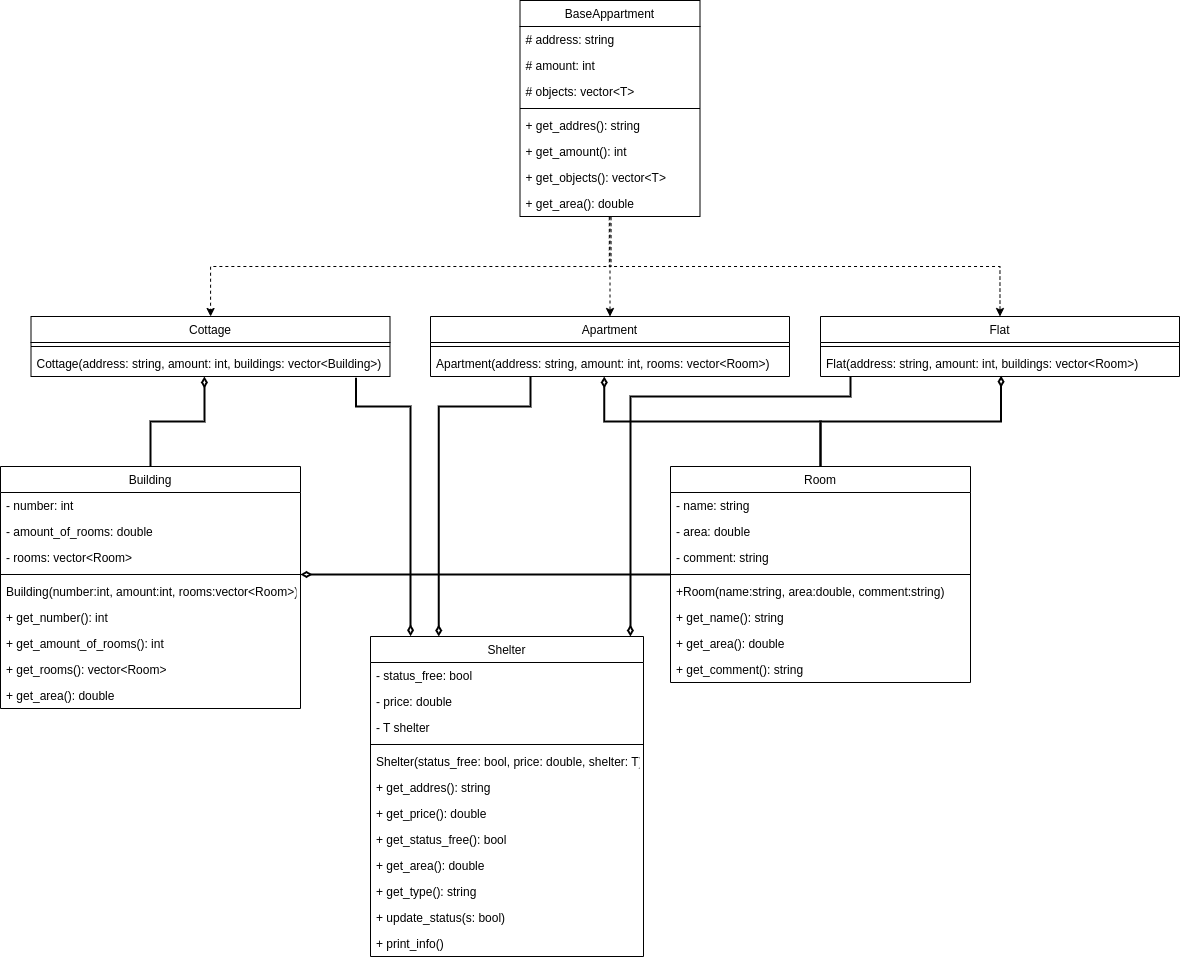
Above: lab_4/images/uml.png in vit6556/OOP_labs (draw.io), before the change. Source tidied: cells renumbered, new cells last; positions are measured from the earlier drawing's top-left corner, leaving out a move shared by most shapes.
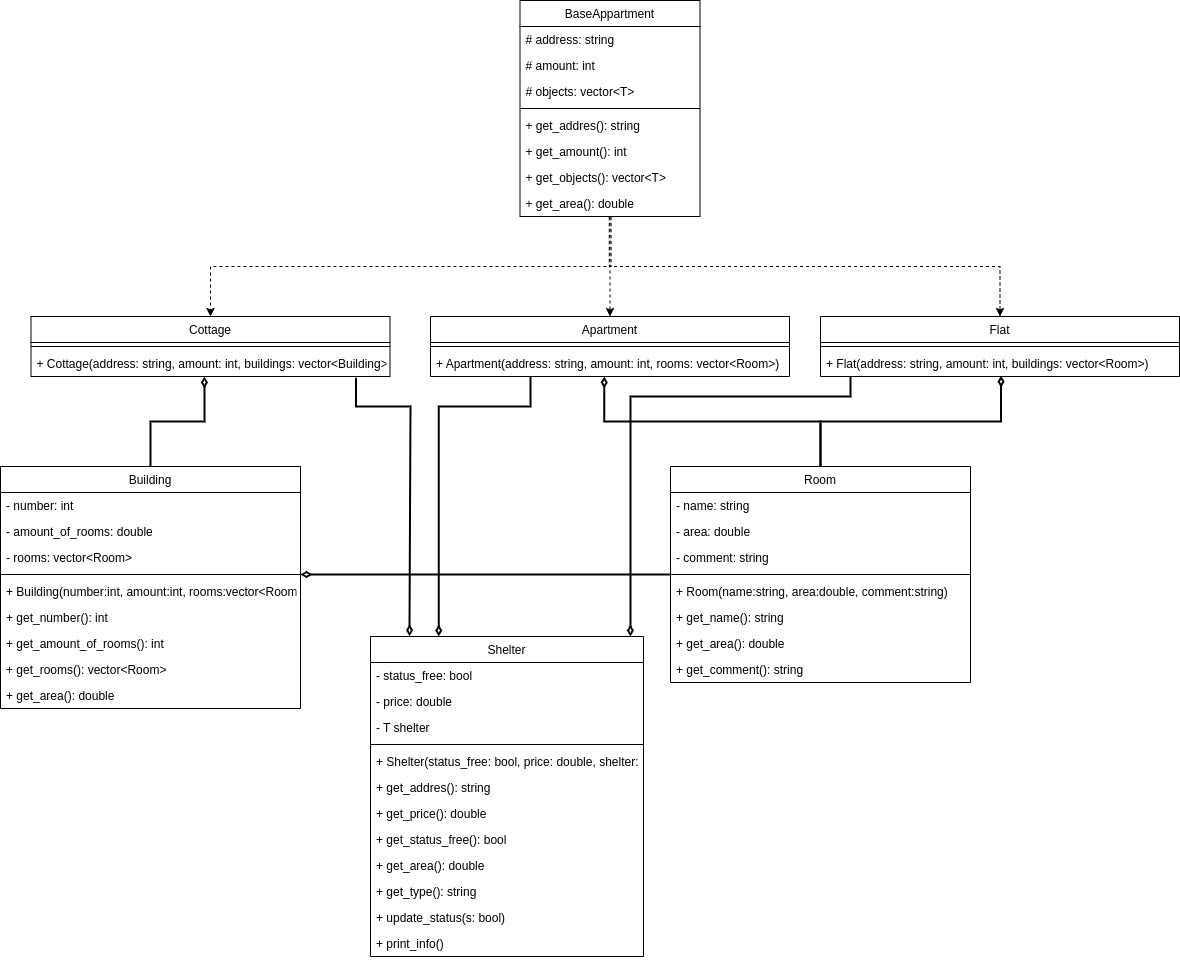
The same file after the commit.

The edit, as a diff of the source:
```diff
@@ -28,7 +28,7 @@
     <mxCell id="9" style="line;html=1;strokeWidth=1;align=left;verticalAlign=middle;spacingTop=-1;spacingLeft=3;spacingRight=3;labelPosition=right;" parent="5" vertex="1">
       <mxGeometry y="104" width="300" height="8" as="geometry" />
     </mxCell>
-    <mxCell id="10" value="+Room(name:string, area:double, comment:string)" style="text;align=left;verticalAlign=top;spacingLeft=4;spacingRight=4;overflow=hidden;" parent="5" vertex="1">
+    <mxCell id="10" value="+ Room(name:string, area:double, comment:string)" style="text;align=left;verticalAlign=top;spacingLeft=4;spacingRight=4;overflow=hidden;" parent="5" vertex="1">
       <mxGeometry y="112" width="300" height="26" as="geometry" />
     </mxCell>
     <mxCell id="11" value="+ get_name(): string" style="text;align=left;verticalAlign=top;spacingLeft=4;spacingRight=4;overflow=hidden;" parent="5" vertex="1">
@@ -58,7 +58,7 @@
     <mxCell id="19" style="line;html=1;strokeWidth=1;align=left;verticalAlign=middle;spacingTop=-1;spacingLeft=3;spacingRight=3;labelPosition=right;" parent="15" vertex="1">
       <mxGeometry y="104" width="300" height="8" as="geometry" />
     </mxCell>
-    <mxCell id="20" value="Building(number:int, amount:int, rooms:vector&lt;Room&gt;)" style="text;align=left;verticalAlign=top;spacingLeft=4;spacingRight=4;overflow=hidden;" parent="15" vertex="1">
+    <mxCell id="20" value="+ Building(number:int, amount:int, rooms:vector&lt;Room&gt;)" style="text;align=left;verticalAlign=top;spacingLeft=4;spacingRight=4;overflow=hidden;" parent="15" vertex="1">
       <mxGeometry y="112" width="300" height="26" as="geometry" />
     </mxCell>
     <mxCell id="21" value="+ get_number(): int" style="text;align=left;verticalAlign=top;spacingLeft=4;spacingRight=4;overflow=hidden;" parent="15" vertex="1">
@@ -124,7 +124,7 @@
     <mxCell id="39" style="line;html=1;strokeWidth=1;align=left;verticalAlign=middle;spacingTop=-1;spacingLeft=3;spacingRight=3;labelPosition=right;" parent="38" vertex="1">
       <mxGeometry y="26" width="359" height="8" as="geometry" />
     </mxCell>
-    <mxCell id="40" value="Cottage(address: string, amount: int, buildings: vector&lt;Building&gt;)" style="text;align=left;verticalAlign=top;spacingLeft=4;spacingRight=4;overflow=hidden;points=[[0,0.5],[1,0.5]];portConstraint=eastwest;" parent="38" vertex="1">
+    <mxCell id="40" value="+ Cottage(address: string, amount: int, buildings: vector&lt;Building&gt;)" style="text;align=left;verticalAlign=top;spacingLeft=4;spacingRight=4;overflow=hidden;points=[[0,0.5],[1,0.5]];portConstraint=eastwest;" parent="38" vertex="1">
       <mxGeometry y="34" width="359" height="26" as="geometry" />
     </mxCell>
     <mxCell id="41" style="edgeStyle=orthogonalEdgeStyle;rounded=0;jumpSize=6;jettySize=auto;html=1;entryX=0.25;entryY=0;entryDx=0;entryDy=0;shadow=0;strokeWidth=2;startArrow=none;startFill=0;endArrow=diamondThin;endFill=0;startSize=6;" parent="1" edge="1" source="42" target="49">
@@ -141,7 +141,7 @@
     <mxCell id="43" style="line;html=1;strokeWidth=1;align=left;verticalAlign=middle;spacingTop=-1;spacingLeft=3;spacingRight=3;labelPosition=right;" parent="42" vertex="1">
       <mxGeometry y="26" width="359" height="8" as="geometry" />
     </mxCell>
-    <mxCell id="44" value="Apartment(address: string, amount: int, rooms: vector&lt;Room&gt;)" style="text;align=left;verticalAlign=top;spacingLeft=4;spacingRight=4;overflow=hidden;points=[[0,0.5],[1,0.5]];portConstraint=eastwest;" parent="42" vertex="1">
+    <mxCell id="44" value="+ Apartment(address: string, amount: int, rooms: vector&lt;Room&gt;)" style="text;align=left;verticalAlign=top;spacingLeft=4;spacingRight=4;overflow=hidden;points=[[0,0.5],[1,0.5]];portConstraint=eastwest;" parent="42" vertex="1">
       <mxGeometry y="34" width="359" height="26" as="geometry" />
     </mxCell>
     <mxCell id="45" style="edgeStyle=orthogonalEdgeStyle;rounded=0;jumpSize=6;jettySize=auto;html=1;entryX=0.952;entryY=0;entryDx=0;entryDy=0;entryPerimeter=0;shadow=0;strokeWidth=2;startArrow=none;startFill=0;endArrow=diamondThin;endFill=0;startSize=6;" parent="1" edge="1" source="46" target="49">
@@ -158,7 +158,7 @@
     <mxCell id="47" style="line;html=1;strokeWidth=1;align=left;verticalAlign=middle;spacingTop=-1;spacingLeft=3;spacingRight=3;labelPosition=right;" parent="46" vertex="1">
       <mxGeometry y="26" width="359" height="8" as="geometry" />
     </mxCell>
-    <mxCell id="48" value="Flat(address: string, amount: int, buildings: vector&lt;Room&gt;)" style="text;align=left;verticalAlign=top;spacingLeft=4;spacingRight=4;overflow=hidden;points=[[0,0.5],[1,0.5]];portConstraint=eastwest;" parent="46" vertex="1">
+    <mxCell id="48" value="+ Flat(address: string, amount: int, buildings: vector&lt;Room&gt;)" style="text;align=left;verticalAlign=top;spacingLeft=4;spacingRight=4;overflow=hidden;points=[[0,0.5],[1,0.5]];portConstraint=eastwest;" parent="46" vertex="1">
       <mxGeometry y="34" width="359" height="26" as="geometry" />
     </mxCell>
     <mxCell id="49" value="Shelter" style="swimlane;fontStyle=0;align=center;verticalAlign=top;horizontal=1;startSize=26;rounded=0;shadow=0;strokeWidth=1;" parent="1" vertex="1">
@@ -176,7 +176,7 @@
     <mxCell id="53" style="line;html=1;strokeWidth=1;align=left;verticalAlign=middle;spacingTop=-1;spacingLeft=3;spacingRight=3;labelPosition=right;" parent="49" vertex="1">
       <mxGeometry y="104" width="273" height="8" as="geometry" />
     </mxCell>
-    <mxCell id="54" value="Shelter(status_free: bool, price: double, shelter: T)" style="text;align=left;verticalAlign=top;spacingLeft=4;spacingRight=4;overflow=hidden;" parent="49" vertex="1">
+    <mxCell id="54" value="+ Shelter(status_free: bool, price: double, shelter: T)" style="text;align=left;verticalAlign=top;spacingLeft=4;spacingRight=4;overflow=hidden;" parent="49" vertex="1">
       <mxGeometry y="112" width="273" height="26" as="geometry" />
     </mxCell>
     <mxCell id="55" value="+ get_addres(): string" style="text;align=left;verticalAlign=top;spacingLeft=4;spacingRight=4;overflow=hidden;" parent="49" vertex="1">
```
